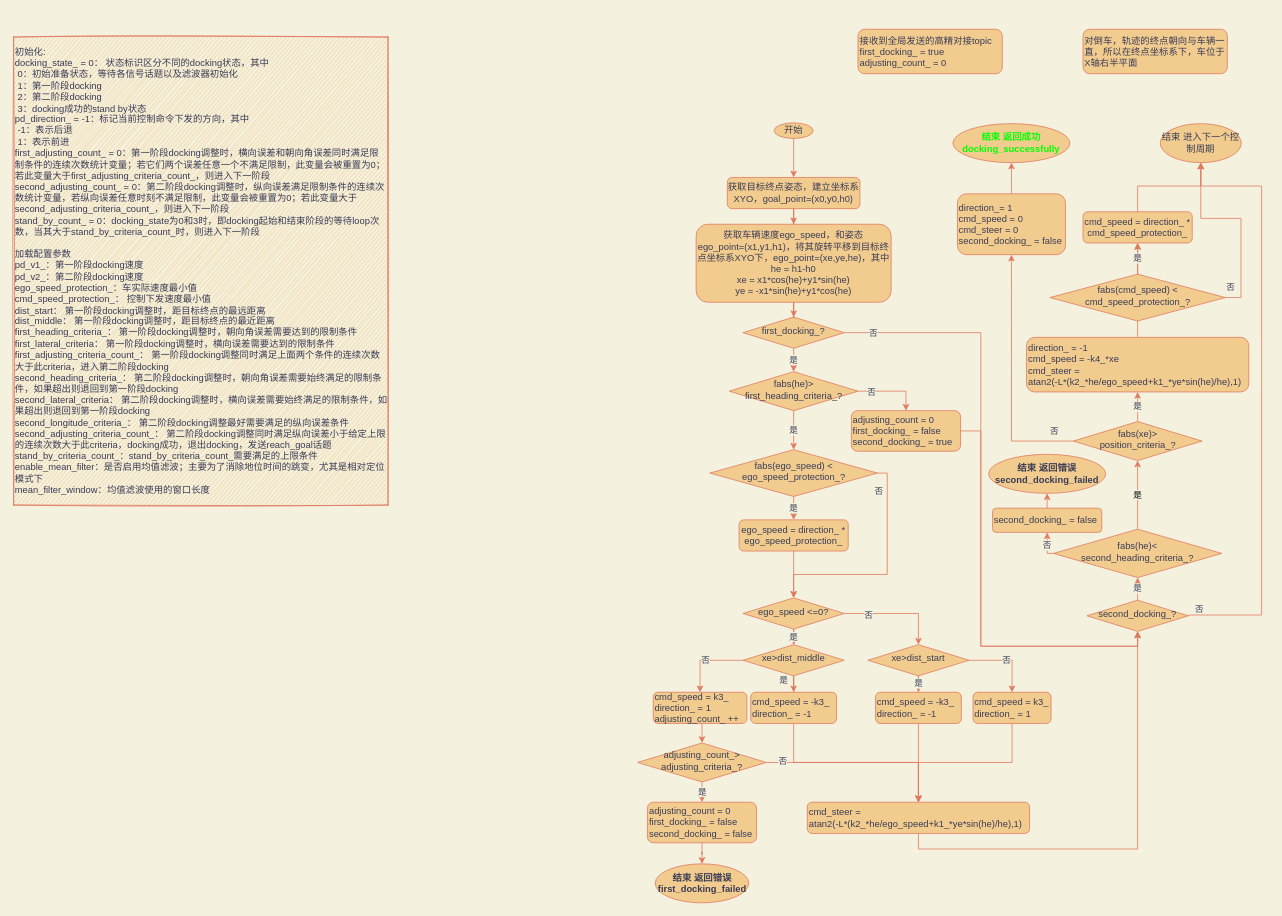
Earlier version of the draw.io diagram page "flowchart v0" (1 of 3) of precise_docking.drawio (Thousandsuny/Learning). Source tidied: cells renumbered, new cells numbered last; positions are measured from the earlier drawing's top-left corner, leaving out a move shared by most shapes. Both pictures are drawn from the tidied source at 78%, with x=0, y=0 at pixel (13, 29).
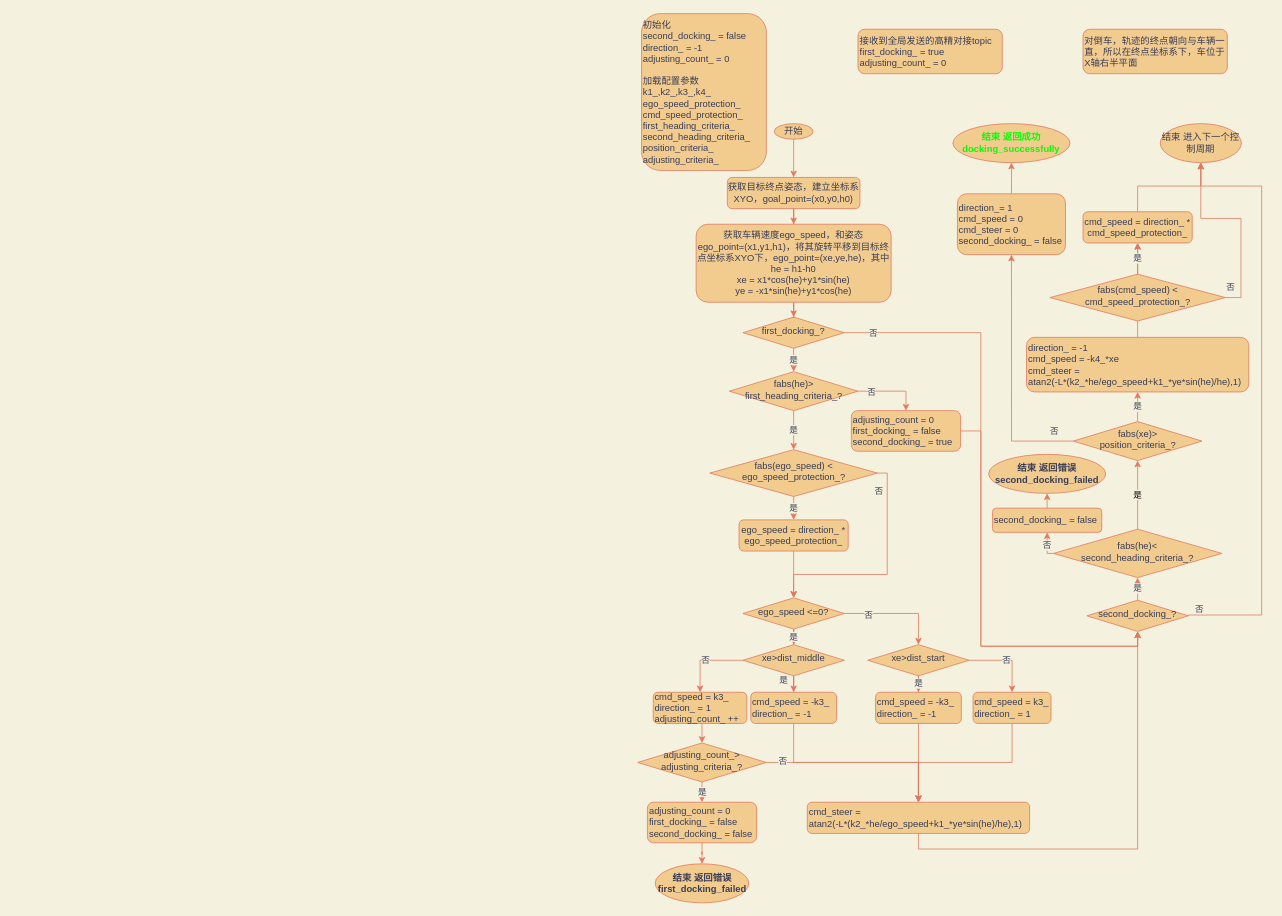
After the change.

Diff of the diagram source:
```diff
@@
     <mxCell id="8" value="开始" style="ellipse;whiteSpace=wrap;html=1;fillColor=#F2CC8F;strokeColor=#E07A5F;fontColor=#393C56;" parent="1" vertex="1">
-      <mxGeometry x="975" y="120" width="50" height="20" as="geometry" />
+      <mxGeometry x="975" y="121" width="50" height="20" as="geometry" />
     </mxCell>
@@
-    <mxCell id="57" value="初始化:&lt;br&gt;docking_state_ = 0： 状态标识区分不同的docking状态，其中&lt;br&gt;&lt;span style=&quot;&quot;&gt; &lt;/span&gt;&lt;span style=&quot;white-space: pre;&quot;&gt; &lt;/span&gt;0：初始准备状态，等待各信号话题以及滤波器初始化&lt;br&gt;&lt;span style=&quot;&quot;&gt; &lt;/span&gt;&lt;span style=&quot;white-space: pre;&quot;&gt; &lt;/span&gt;1：第一阶段docking&lt;br&gt;&lt;span style=&quot;&quot;&gt; &lt;/span&gt;&lt;span style=&quot;white-space: pre;&quot;&gt; &lt;/span&gt;2：第二阶段docking&lt;br&gt;&lt;span style=&quot;&quot;&gt; &lt;/span&gt;&lt;span style=&quot;white-space: pre;&quot;&gt; &lt;/span&gt;3：docking成功的stand by状态&lt;br&gt;pd_direction_ = -1：标记当前控制命令下发的方向，其中&lt;br&gt;&lt;span style=&quot;&quot;&gt; &lt;/span&gt;&lt;span style=&quot;white-space: pre;&quot;&gt; &lt;/span&gt;-1：表示后退&lt;br&gt;&lt;span style=&quot;&quot;&gt; &lt;/span&gt;&lt;span style=&quot;white-space: pre;&quot;&gt; &lt;/span&gt;1：表示前进&lt;br&gt;first_adjusting_count_ = 0：第一阶段docking调整时，横向误差和朝向角误差同时满足限制条件的连续次数统计变量；若它们两个误差任意一个不满足限制，此变量会被重置为0；若此变量大于first_adjusting_criteria_count_，则进入下一阶段&lt;br&gt;second_adjusting_count_ = 0：第二阶段docking调整时，纵向误差满足限制条件的连续次数统计变量，若纵向误差任意时刻不满足限制，此变量会被重置为0；若此变量大于second_adjusting_criteria_count_，则进入下一阶段&lt;br&gt;stand_by_count_ = 0：docking_state为0和3时，即docking起始和结束阶段的等待loop次数，当其大于stand_by_criteria_count_时，则进入下一阶段&lt;br&gt;&lt;br&gt;加载配置参数&lt;br&gt;pd_v1_：第一阶段docking速度&lt;br&gt;pd_v2_：第二阶段docking速度&lt;br&gt;ego_speed_protection_：车实际速度最小值&lt;br&gt;cmd_speed_protection_： 控制下发速度最小值&lt;br&gt;dist_start： 第一阶段docking调整时，距目标终点的最远距离&lt;br&gt;dist_middle： 第一阶段docking调整时，距目标终点的最近距离&lt;br&gt;first_heading_criteria_： 第一阶段docking调整时，朝向角误差需要达到的限制条件&lt;br&gt;first_lateral_criteria： 第一阶段docking调整时，横向误差需要达到的限制条件&lt;br&gt;first_adjusting_criteria_count_： 第一阶段docking调整同时满足上面两个条件的连续次数大于此criteria，进入第二阶段docking&lt;br&gt;second_heading_criteria_： 第二阶段docking调整时，朝向角误差需要始终满足的限制条件，如果超出则退回到第一阶段docking&lt;br&gt;second_lateral_criteria： 第二阶段docking调整时，横向误差需要始终满足的限制条件，如果超出则退回到第一阶段docking&lt;br&gt;second_longitude_criteria_： 第二阶段docking调整最好需要满足的纵向误差条件&lt;br&gt;second_adjusting_criteria_count_： 第二阶段docking调整同时满足纵向误差小于给定上限的连续次数大于此criteria，docking成功，退出docking，发送reach_goal话题&lt;br&gt;stand_by_criteria_count_：stand_by_criteria_count_需要满足的上限条件&lt;br&gt;enable_mean_filter：是否启用均值滤波；主要为了消除地位时间的跳变，尤其是相对定位模式下&lt;br&gt;mean_filter_window：均值滤波使用的窗口长度" style="rounded=0;whiteSpace=wrap;html=1;fontSize=12;glass=0;strokeWidth=1;shadow=0;align=left;sketch=1;fillColor=#F2CC8F;strokeColor=#E07A5F;fontColor=#393C56;" parent="1" vertex="1">
-      <mxGeometry y="10" width="480" height="600" as="geometry" />
-    </mxCell>
@@
+    <mxCell id="78" value="初始化&lt;br&gt;second_docking_ = false&lt;br&gt;direction_ = -1&lt;br&gt;adjusting_count_ = 0&lt;br&gt;&lt;br&gt;加载配置参数&lt;br&gt;k1_,k2_,k3_,k4_&lt;br&gt;ego_speed_protection_&lt;br&gt;cmd_speed_protection_&lt;br&gt;first_heading_criteria_&lt;br&gt;second_heading_criteria_&lt;br&gt;position_criteria_&lt;br&gt;adjusting_criteria_" style="rounded=1;whiteSpace=wrap;html=1;strokeColor=#E07A5F;fontColor=#393C56;fillColor=#F2CC8F;align=left;" parent="1" vertex="1">
+      <mxGeometry x="805" y="-20" width="160" height="201" as="geometry" />
+    </mxCell>
```
